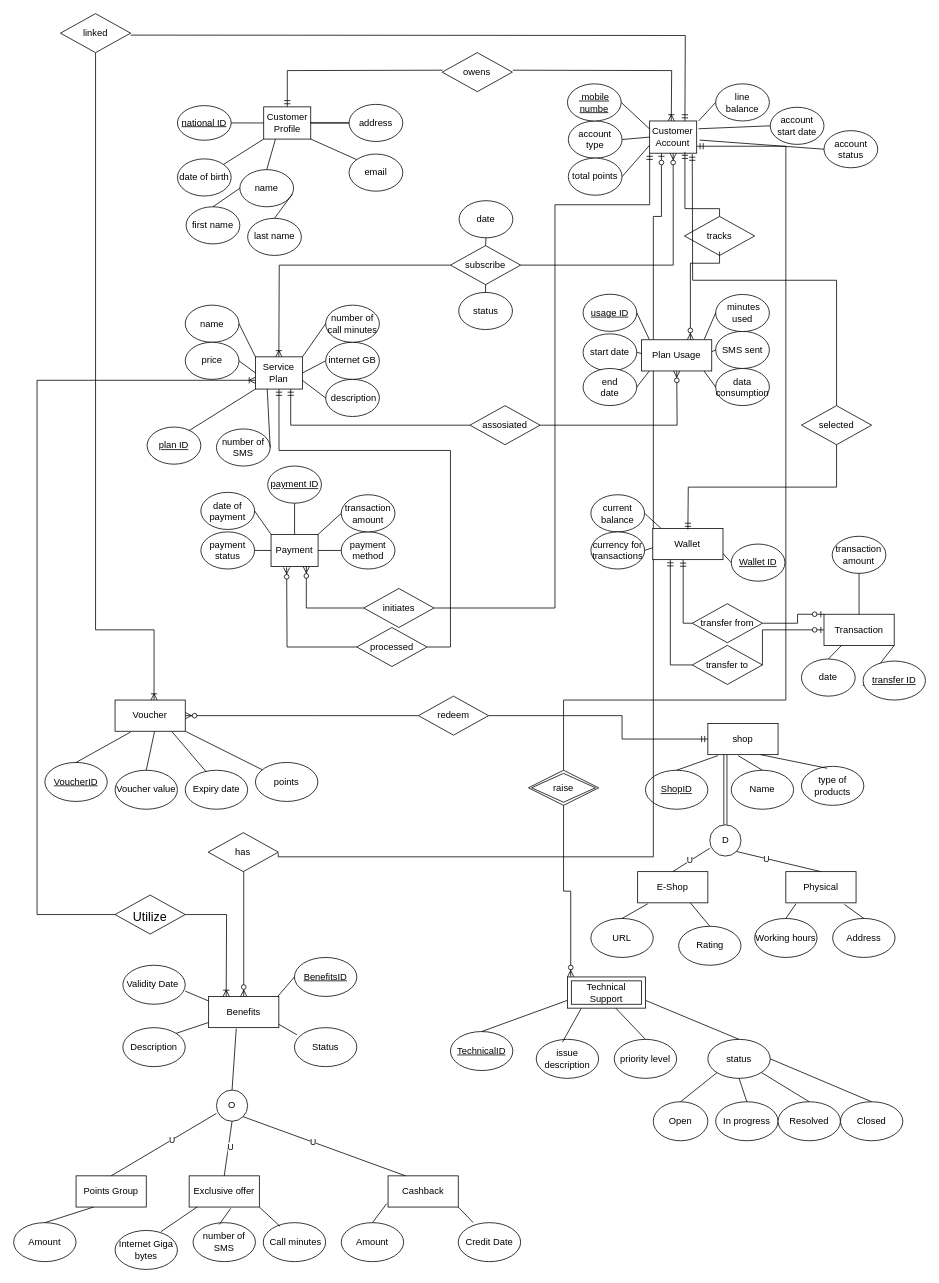
Above: Untitled Diagram.drawio in Blaze-trio/Blaze-trio.github.io (draw.io), before the change. Source tidied: cells renumbered, new cells numbered last; positions are measured from the earlier drawing's top-left corner, leaving out a move shared by most shapes. Both pictures are drawn from the tidied source at 78%, with x=0, y=0 at pixel (13, 13).
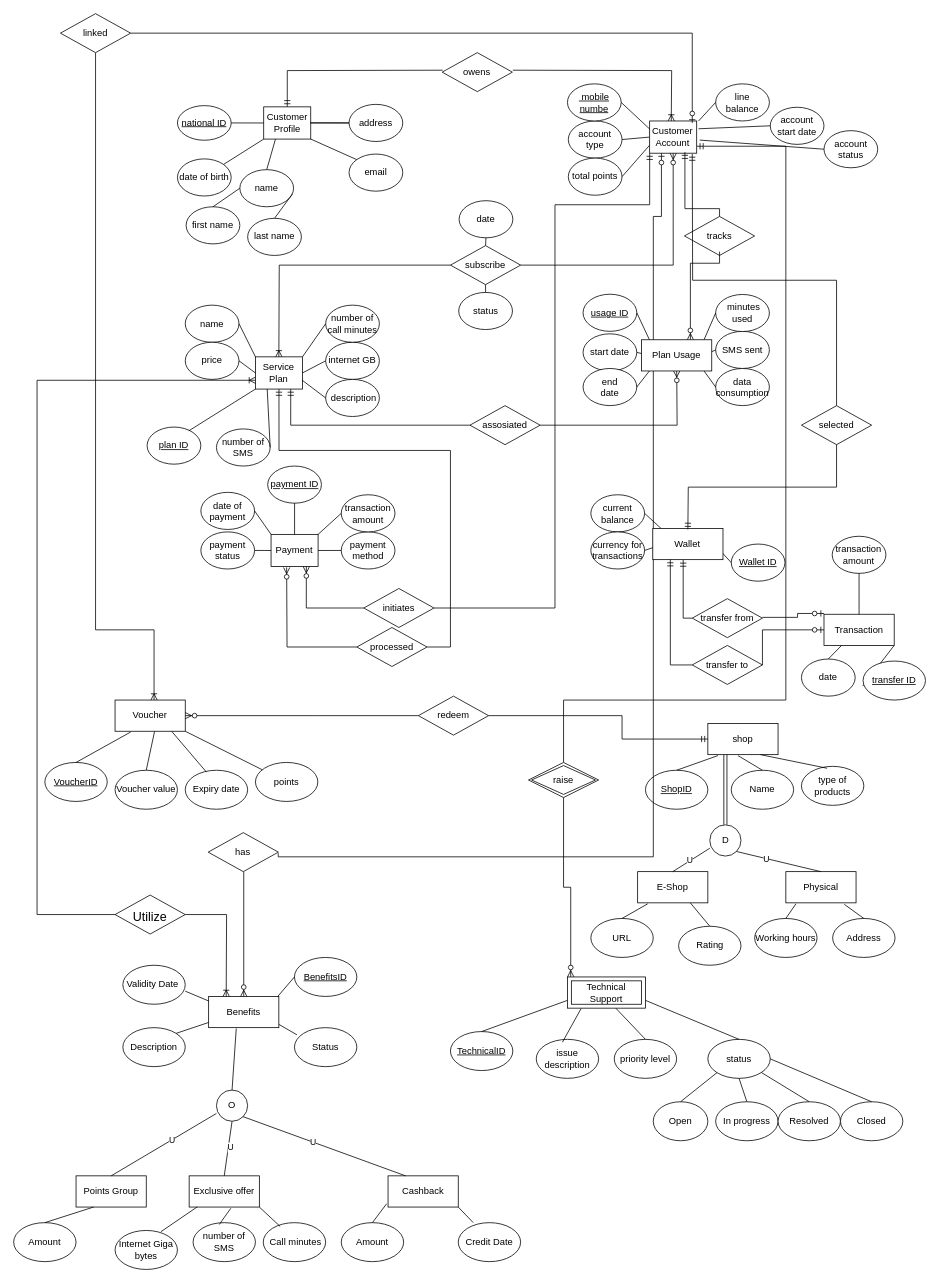
The same page after the edit.

The change refers to these unchanged cells:
```xml
<mxCell id="115" value="Customer Account" style="rounded=0;whiteSpace=wrap;html=1;" parent="109" vertex="1">
  <mxGeometry x="94.3" y="7.6" width="60.3" height="41.3" as="geometry" />
</mxCell>
<mxCell id="208" value="linked" style="shape=rhombus;perimeter=rhombusPerimeter;whiteSpace=wrap;html=1;align=center;" parent="1" vertex="1">
  <mxGeometry x="60" width="90" height="50" as="geometry" />
</mxCell>
<mxCell id="212" value="Transaction" style="rounded=0;whiteSpace=wrap;html=1;" parent="1" vertex="1">
  <mxGeometry x="1038.9" y="770" width="90" height="40" as="geometry" />
</mxCell>
```

Diff of the diagram source:
```diff
@@
     <mxCell id="191" value="&lt;div&gt;raise&lt;br&gt;&lt;/div&gt;" style="shape=rhombus;double=1;perimeter=rhombusPerimeter;whiteSpace=wrap;html=1;align=center;" parent="1" vertex="1">
-      <mxGeometry x="660" y="970" width="90" height="45" as="geometry" />
+      <mxGeometry x="660" y="960" width="90" height="45" as="geometry" />
     </mxCell>
@@
-    <mxCell id="195" style="edgeStyle=orthogonalEdgeStyle;fontSize=12;html=1;endArrow=ERmandOne;rounded=0;entryX=0.75;entryY=0;entryDx=0;entryDy=0;exitX=1;exitY=0.5;exitDx=0;exitDy=0;" parent="1" edge="1">
-      <mxGeometry relative="1" as="geometry">
-        <mxPoint x="150" y="27.5" as="sourcePoint" />
-        <mxPoint x="860.6" y="137.6" as="targetPoint" />
-      </mxGeometry>
-    </mxCell>
@@
     <mxCell id="211" value="transfer from" style="shape=rhombus;perimeter=rhombusPerimeter;whiteSpace=wrap;html=1;align=center;" parent="1" vertex="1">
-      <mxGeometry x="870" y="756.5" width="90" height="50" as="geometry" />
+      <mxGeometry x="870" y="750" width="90" height="50" as="geometry" />
     </mxCell>
@@
-    <mxCell id="214" style="edgeStyle=orthogonalEdgeStyle;fontSize=12;html=1;endArrow=ERzeroToOne;endFill=1;rounded=0;entryX=0;entryY=0;entryDx=0;entryDy=0;" parent="1" edge="1" source="211" target="212">
+    <mxCell id="214" style="edgeStyle=orthogonalEdgeStyle;fontSize=12;html=1;endArrow=ERzeroToOne;endFill=1;rounded=0;entryX=0;entryY=0;entryDx=0;entryDy=0;exitX=1;exitY=0.5;exitDx=0;exitDy=0;" parent="1" edge="1">
       <mxGeometry relative="1" as="geometry">
+        <mxPoint x="960" y="774" as="sourcePoint" />
+        <mxPoint x="1038.9" y="769" as="targetPoint" />
         <Array as="points">
-          <mxPoint x="1005" y="782" />
-          <mxPoint x="1005" y="770" />
+          <mxPoint x="1005" y="774" />
+          <mxPoint x="1005" y="769" />
         </Array>
       </mxGeometry>
     </mxCell>
@@
+    <mxCell id="220" style="edgeStyle=orthogonalEdgeStyle;fontSize=12;html=1;endArrow=ERzeroToOne;endFill=1;rounded=0;exitX=1;exitY=0.5;exitDx=0;exitDy=0;entryX=0.906;entryY=0.058;entryDx=0;entryDy=0;entryPerimeter=0;" parent="1" edge="1" source="208" target="115">
+      <mxGeometry relative="1" as="geometry">
+        <Array as="points">
+          <mxPoint x="870" y="25" />
+        </Array>
+      </mxGeometry>
+    </mxCell>
```
